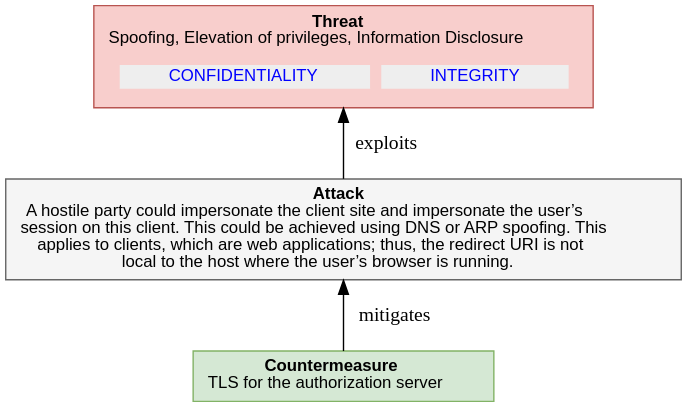
Before: report-examples/OAuth2/img/threatTree/4_4_1_6_CLIENT_SPOOFING3.svg, a diagram exported from PlantUML (DavidCervigni/threat-models). Its source is kept beside it as report-examples/OAuth2/img/threatTree/4_4_1_6_CLIENT_SPOOFING3.puml.
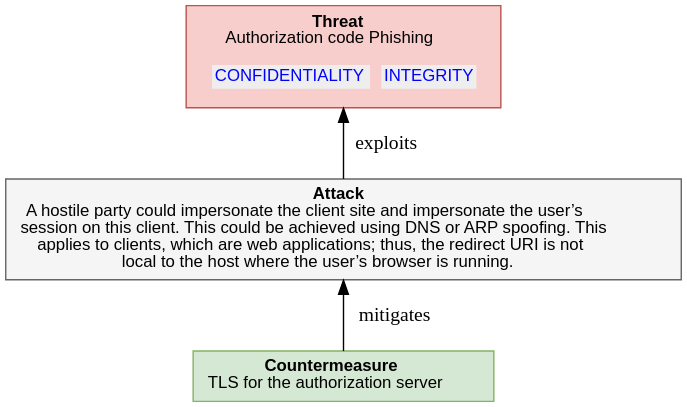
The same file after the commit.

Diff of the diagram source:
```diff
@@ -7,7 +7,7 @@
     <<table border="0" cellborder="0" cellspacing="0">
      <tr><td align="center"><b>Threat</b><br/>
 
-Spoofing, Elevation of privileges, Information Disclosure
+Authorization code Phishing
 </td></tr>
      <tr><td><table border="0" cellborder="0" cellspacing="8"><tr>
                 ret += secObj.linkedImpactMDText()
```
